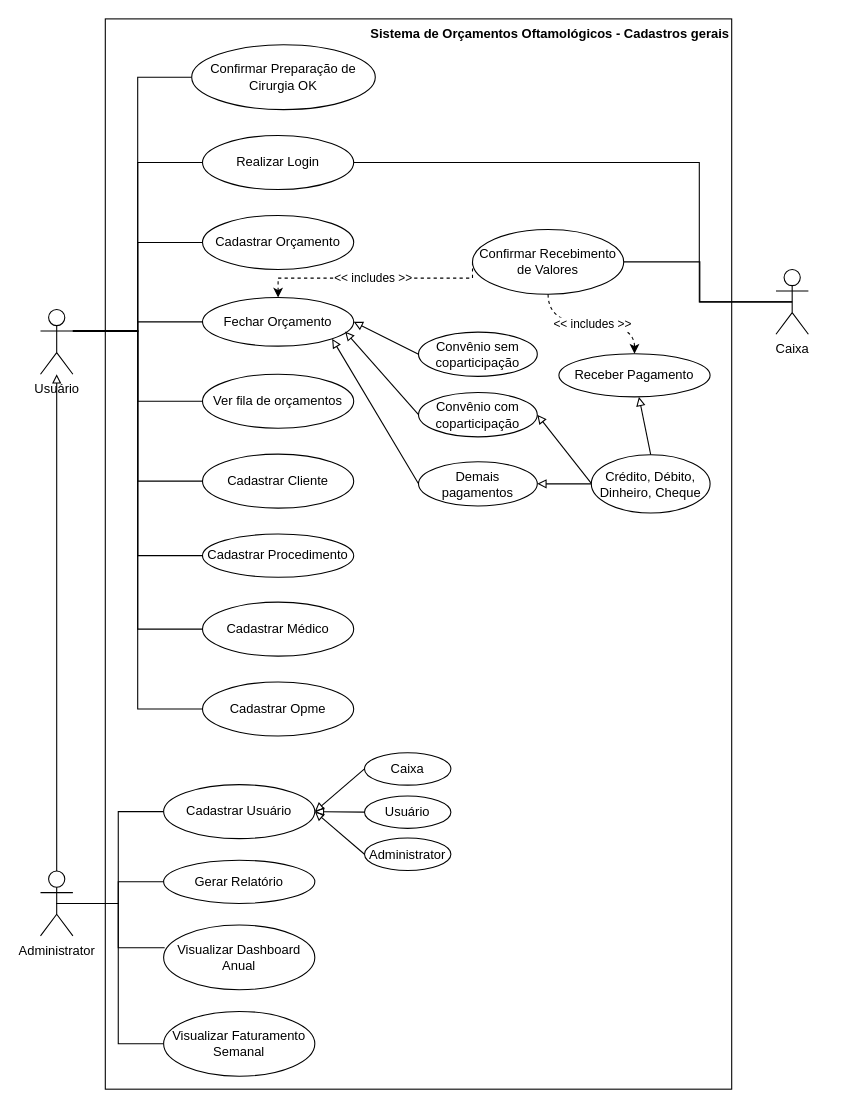
This is page "UML Use Cases 1" (2 of 3) of 0_docs/pic2-diagramas.drawio from marcosmorais5/cruzeiro-pit-ii, a draw.io file, before an edit. Source tidied: cells renumbered, new cells numbered last; positions are measured from the earlier drawing's top-left corner, leaving out a move shared by most shapes. Both pictures are drawn from the tidied source at 108%, with x=0, y=0 at pixel (40, 18).
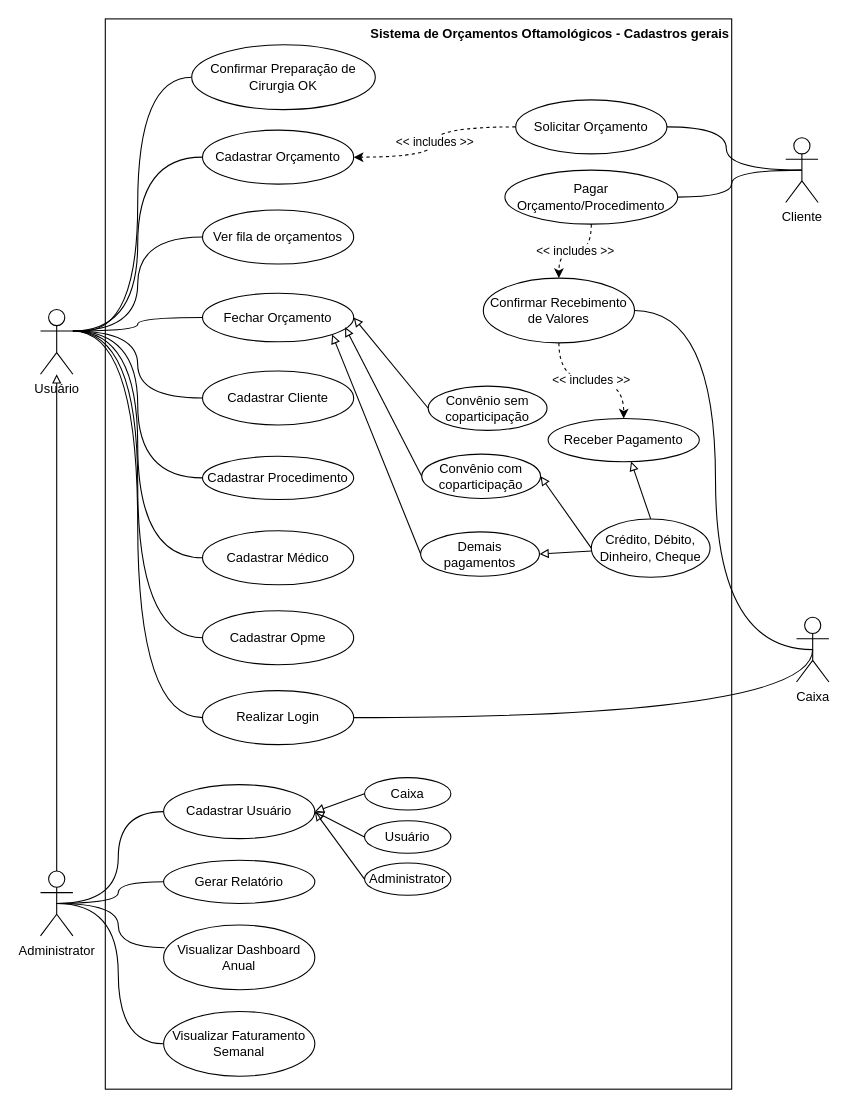
The same diagram, later.

Commit message (it also covers changes not shown here):
Altearções no processo de orçamento.

The change refers to these unchanged cells:
```xml
<mxCell id="11" value="Usuário" style="shape=umlActor;verticalLabelPosition=bottom;verticalAlign=top;html=1;" parent="1" vertex="1">
  <mxGeometry y="269" width="30" height="60" as="geometry" />
</mxCell>
<mxCell id="25" value="Administrator" style="shape=umlActor;verticalLabelPosition=bottom;verticalAlign=top;html=1;" parent="1" vertex="1">
  <mxGeometry y="789" width="30" height="60" as="geometry" />
</mxCell>
<mxCell id="26" value="Gerar Relatório" style="ellipse;whiteSpace=wrap;html=1;" parent="1" vertex="1">
  <mxGeometry x="114" y="779" width="140" height="40" as="geometry" />
</mxCell>
<mxCell id="27" value="Visualizar Dashboard Anual" style="ellipse;whiteSpace=wrap;html=1;" parent="1" vertex="1">
  <mxGeometry x="114" y="839" width="140" height="60" as="geometry" />
</mxCell>
<mxCell id="28" value="Confirmar Preparação de Cirurgia OK" style="ellipse;whiteSpace=wrap;html=1;" parent="1" vertex="1">
  <mxGeometry x="140" y="24" width="170" height="60" as="geometry" />
</mxCell>
<mxCell id="29" value="Visualizar Faturamento Semanal" style="ellipse;whiteSpace=wrap;html=1;" parent="1" vertex="1">
  <mxGeometry x="114" y="919" width="140" height="60" as="geometry" />
</mxCell>
<mxCell id="36" value="Cadastrar Usuário" style="ellipse;whiteSpace=wrap;html=1;" parent="1" vertex="1">
  <mxGeometry x="114" y="709" width="140" height="50" as="geometry" />
</mxCell>
```

Change to the diagram source:
```diff
@@
-    <mxCell id="3" style="edgeStyle=orthogonalEdgeStyle;rounded=0;jettySize=auto;html=1;exitX=1;exitY=0.3333333333333333;exitDx=0;exitDy=0;exitPerimeter=0;entryX=0;entryY=0.5;entryDx=0;entryDy=0;endArrow=none;endFill=0;" parent="1" edge="1" source="11" target="13">
+    <mxCell id="3" style="edgeStyle=orthogonalEdgeStyle;rounded=0;jettySize=auto;html=1;exitX=1;exitY=0.3333333333333333;exitDx=0;exitDy=0;exitPerimeter=0;entryX=0;entryY=0.5;entryDx=0;entryDy=0;endArrow=none;endFill=0;curved=1;" parent="1" edge="1" source="11" target="13">
       <mxGeometry relative="1" as="geometry" />
     </mxCell>
-    <mxCell id="4" style="edgeStyle=orthogonalEdgeStyle;rounded=0;jettySize=auto;html=1;exitX=1;exitY=0.3333333333333333;exitDx=0;exitDy=0;exitPerimeter=0;entryX=0;entryY=0.5;entryDx=0;entryDy=0;endArrow=none;endFill=0;" parent="1" edge="1" source="11" target="14">
+    <mxCell id="4" style="edgeStyle=orthogonalEdgeStyle;rounded=0;jettySize=auto;html=1;exitX=1;exitY=0.3333333333333333;exitDx=0;exitDy=0;exitPerimeter=0;entryX=0;entryY=0.5;entryDx=0;entryDy=0;endArrow=none;endFill=0;curved=1;" parent="1" edge="1" source="11" target="14">
       <mxGeometry relative="1" as="geometry" />
     </mxCell>
-    <mxCell id="5" style="edgeStyle=orthogonalEdgeStyle;rounded=0;jettySize=auto;html=1;exitX=1;exitY=0.3333333333333333;exitDx=0;exitDy=0;exitPerimeter=0;entryX=0;entryY=0.5;entryDx=0;entryDy=0;endArrow=none;endFill=0;" parent="1" edge="1" source="11" target="15">
+    <mxCell id="5" style="edgeStyle=orthogonalEdgeStyle;rounded=0;jettySize=auto;html=1;exitX=1;exitY=0.3333333333333333;exitDx=0;exitDy=0;exitPerimeter=0;entryX=0;entryY=0.5;entryDx=0;entryDy=0;endArrow=none;endFill=0;curved=1;" parent="1" edge="1" source="11" target="15">
       <mxGeometry relative="1" as="geometry" />
     </mxCell>
-    <mxCell id="6" style="edgeStyle=orthogonalEdgeStyle;rounded=0;jettySize=auto;html=1;exitX=1;exitY=0.3333333333333333;exitDx=0;exitDy=0;exitPerimeter=0;entryX=0;entryY=0.5;entryDx=0;entryDy=0;endArrow=none;endFill=0;" parent="1" edge="1" source="11" target="16">
+    <mxCell id="6" style="edgeStyle=orthogonalEdgeStyle;rounded=0;jettySize=auto;html=1;exitX=1;exitY=0.3333333333333333;exitDx=0;exitDy=0;exitPerimeter=0;entryX=0;entryY=0.5;entryDx=0;entryDy=0;endArrow=none;endFill=0;curved=1;" parent="1" edge="1" source="11" target="16">
       <mxGeometry relative="1" as="geometry" />
     </mxCell>
-    <mxCell id="7" style="edgeStyle=orthogonalEdgeStyle;rounded=0;jettySize=auto;html=1;exitX=1;exitY=0.3333333333333333;exitDx=0;exitDy=0;exitPerimeter=0;entryX=0;entryY=0.5;entryDx=0;entryDy=0;endArrow=none;endFill=0;" parent="1" edge="1" source="11" target="17">
+    <mxCell id="7" style="edgeStyle=orthogonalEdgeStyle;rounded=0;jettySize=auto;html=1;exitX=1;exitY=0.3333333333333333;exitDx=0;exitDy=0;exitPerimeter=0;entryX=0;entryY=0.5;entryDx=0;entryDy=0;endArrow=none;endFill=0;curved=1;" parent="1" edge="1" source="11" target="17">
       <mxGeometry relative="1" as="geometry" />
     </mxCell>
-    <mxCell id="8" style="edgeStyle=orthogonalEdgeStyle;rounded=0;jettySize=auto;html=1;exitX=1;exitY=0.3333333333333333;exitDx=0;exitDy=0;exitPerimeter=0;entryX=0;entryY=0.5;entryDx=0;entryDy=0;endArrow=none;endFill=0;" parent="1" edge="1" source="11" target="18">
+    <mxCell id="8" style="edgeStyle=orthogonalEdgeStyle;rounded=0;jettySize=auto;html=1;exitX=1;exitY=0.3333333333333333;exitDx=0;exitDy=0;exitPerimeter=0;entryX=0;entryY=0.5;entryDx=0;entryDy=0;endArrow=none;endFill=0;curved=1;" parent="1" edge="1" source="11" target="18">
       <mxGeometry relative="1" as="geometry" />
     </mxCell>
-    <mxCell id="9" style="edgeStyle=orthogonalEdgeStyle;rounded=0;jettySize=auto;html=1;exitX=1;exitY=0.3333333333333333;exitDx=0;exitDy=0;exitPerimeter=0;entryX=0;entryY=0.5;entryDx=0;entryDy=0;endArrow=none;endFill=0;" parent="1" edge="1" source="11" target="20">
+    <mxCell id="9" style="edgeStyle=orthogonalEdgeStyle;rounded=0;jettySize=auto;html=1;exitX=1;exitY=0.3333333333333333;exitDx=0;exitDy=0;exitPerimeter=0;entryX=0;entryY=0.5;entryDx=0;entryDy=0;endArrow=none;endFill=0;curved=1;" parent="1" edge="1" source="11" target="20">
       <mxGeometry relative="1" as="geometry" />
     </mxCell>
-    <mxCell id="10" style="edgeStyle=orthogonalEdgeStyle;rounded=0;jettySize=auto;html=1;exitX=1;exitY=0.3333333333333333;exitDx=0;exitDy=0;exitPerimeter=0;entryX=0;entryY=0.5;entryDx=0;entryDy=0;endArrow=none;endFill=0;" parent="1" edge="1" target="28">
+    <mxCell id="10" style="edgeStyle=orthogonalEdgeStyle;rounded=0;jettySize=auto;html=1;exitX=1;exitY=0.3333333333333333;exitDx=0;exitDy=0;exitPerimeter=0;entryX=0;entryY=0.5;entryDx=0;entryDy=0;endArrow=none;endFill=0;curved=1;" parent="1" edge="1" target="28">
       <mxGeometry relative="1" as="geometry">
         <mxPoint x="39" y="289" as="sourcePoint" />
       </mxGeometry>
     </mxCell>
@@
+    <mxCell id="55" style="edgeStyle=orthogonalEdgeStyle;rounded=0;jettySize=auto;html=1;exitX=1;exitY=0.5;exitDx=0;exitDy=0;entryX=0.5;entryY=0.5;entryDx=0;entryDy=0;entryPerimeter=0;curved=1;endArrow=none;endFill=0;" parent="1" edge="1" source="12" target="33">
+      <mxGeometry relative="1" as="geometry" />
+    </mxCell>
     <mxCell id="12" value="Realizar Login" style="ellipse;whiteSpace=wrap;html=1;" parent="1" vertex="1">
-      <mxGeometry x="150" y="108" width="140" height="50" as="geometry" />
+      <mxGeometry x="150" y="622" width="140" height="50" as="geometry" />
     </mxCell>
     <mxCell id="13" value="Cadastrar Orçamento" style="ellipse;whiteSpace=wrap;html=1;" parent="1" vertex="1">
-      <mxGeometry x="150" y="182" width="140" height="50" as="geometry" />
+      <mxGeometry x="150" y="103" width="140" height="50" as="geometry" />
     </mxCell>
     <mxCell id="14" value="Ver fila de orçamentos" style="ellipse;whiteSpace=wrap;html=1;" parent="1" vertex="1">
-      <mxGeometry x="150" y="329" width="140" height="50" as="geometry" />
+      <mxGeometry x="150" y="177" width="140" height="50" as="geometry" />
     </mxCell>
     <mxCell id="15" value="Cadastrar Cliente" style="ellipse;whiteSpace=wrap;html=1;" parent="1" vertex="1">
-      <mxGeometry x="150" y="403" width="140" height="50" as="geometry" />
+      <mxGeometry x="150" y="326" width="140" height="50" as="geometry" />
     </mxCell>
     <mxCell id="16" value="Cadastrar Procedimento" style="ellipse;whiteSpace=wrap;html=1;" parent="1" vertex="1">
-      <mxGeometry x="150" y="477" width="140" height="40" as="geometry" />
+      <mxGeometry x="150" y="405" width="140" height="40" as="geometry" />
     </mxCell>
     <mxCell id="17" value="Cadastrar Médico" style="ellipse;whiteSpace=wrap;html=1;" parent="1" vertex="1">
-      <mxGeometry x="150" y="540" width="140" height="50" as="geometry" />
+      <mxGeometry x="150" y="474" width="140" height="50" as="geometry" />
     </mxCell>
     <mxCell id="18" value="Cadastrar Opme" style="ellipse;whiteSpace=wrap;html=1;" parent="1" vertex="1">
-      <mxGeometry x="150" y="614" width="140" height="50" as="geometry" />
+      <mxGeometry x="150" y="548" width="140" height="50" as="geometry" />
     </mxCell>
-    <mxCell id="19" style="edgeStyle=orthogonalEdgeStyle;rounded=0;jettySize=auto;html=1;entryX=0;entryY=0.5;entryDx=0;entryDy=0;strokeColor=default;exitX=1;exitY=0.3333333333333333;exitDx=0;exitDy=0;exitPerimeter=0;endArrow=none;endFill=0;" parent="1" edge="1" source="11" target="12">
+    <mxCell id="19" style="edgeStyle=orthogonalEdgeStyle;rounded=0;jettySize=auto;html=1;entryX=0;entryY=0.5;entryDx=0;entryDy=0;strokeColor=default;exitX=1;exitY=0.3333333333333333;exitDx=0;exitDy=0;exitPerimeter=0;endArrow=none;endFill=0;curved=1;" parent="1" edge="1" source="11" target="12">
       <mxGeometry relative="1" as="geometry" />
     </mxCell>
     <mxCell id="20" value="Fechar Orçamento" style="ellipse;whiteSpace=wrap;html=1;" parent="1" vertex="1">
-      <mxGeometry x="150" y="258" width="140" height="45" as="geometry" />
+      <mxGeometry x="150" y="254" width="140" height="45" as="geometry" />
     </mxCell>
-    <mxCell id="21" style="edgeStyle=orthogonalEdgeStyle;rounded=0;jettySize=auto;html=1;exitX=0.5;exitY=0.5;exitDx=0;exitDy=0;exitPerimeter=0;entryX=0;entryY=0.5;entryDx=0;entryDy=0;endArrow=none;endFill=0;" parent="1" edge="1" source="25" target="26">
+    <mxCell id="21" style="edgeStyle=orthogonalEdgeStyle;rounded=0;jettySize=auto;html=1;exitX=0.5;exitY=0.5;exitDx=0;exitDy=0;exitPerimeter=0;entryX=0;entryY=0.5;entryDx=0;entryDy=0;endArrow=none;endFill=0;curved=1;" parent="1" edge="1" source="25" target="26">
       <mxGeometry relative="1" as="geometry" />
     </mxCell>
-    <mxCell id="22" style="edgeStyle=orthogonalEdgeStyle;rounded=0;jettySize=auto;html=1;exitX=0.5;exitY=0.5;exitDx=0;exitDy=0;exitPerimeter=0;entryX=0;entryY=0.5;entryDx=0;entryDy=0;endArrow=none;endFill=0;" parent="1" edge="1" source="25" target="29">
+    <mxCell id="22" style="edgeStyle=orthogonalEdgeStyle;rounded=0;jettySize=auto;html=1;exitX=0.5;exitY=0.5;exitDx=0;exitDy=0;exitPerimeter=0;entryX=0;entryY=0.5;entryDx=0;entryDy=0;endArrow=none;endFill=0;curved=1;" parent="1" edge="1" source="25" target="29">
       <mxGeometry relative="1" as="geometry" />
     </mxCell>
@@
-    <mxCell id="24" style="edgeStyle=orthogonalEdgeStyle;rounded=0;jettySize=auto;html=1;exitX=0.5;exitY=0.5;exitDx=0;exitDy=0;exitPerimeter=0;entryX=0;entryY=0.5;entryDx=0;entryDy=0;endArrow=none;endFill=0;" parent="1" edge="1" source="25" target="36">
+    <mxCell id="24" style="edgeStyle=orthogonalEdgeStyle;rounded=0;jettySize=auto;html=1;exitX=0.5;exitY=0.5;exitDx=0;exitDy=0;exitPerimeter=0;entryX=0;entryY=0.5;entryDx=0;entryDy=0;endArrow=none;endFill=0;curved=1;" parent="1" edge="1" source="25" target="36">
       <mxGeometry relative="1" as="geometry" />
     </mxCell>
@@
-    <mxCell id="30" style="edgeStyle=orthogonalEdgeStyle;rounded=0;jettySize=auto;html=1;exitX=0.5;exitY=0.5;exitDx=0;exitDy=0;exitPerimeter=0;entryX=0.007;entryY=0.35;entryDx=0;entryDy=0;entryPerimeter=0;endArrow=none;endFill=0;" parent="1" edge="1" source="25" target="27">
+    <mxCell id="30" style="edgeStyle=orthogonalEdgeStyle;rounded=0;jettySize=auto;html=1;exitX=0.5;exitY=0.5;exitDx=0;exitDy=0;exitPerimeter=0;entryX=0.007;entryY=0.35;entryDx=0;entryDy=0;entryPerimeter=0;endArrow=none;endFill=0;curved=1;" parent="1" edge="1" source="25" target="27">
       <mxGeometry relative="1" as="geometry" />
     </mxCell>
-    <mxCell id="31" style="edgeStyle=orthogonalEdgeStyle;rounded=0;jettySize=auto;html=1;exitX=0.5;exitY=0.5;exitDx=0;exitDy=0;exitPerimeter=0;endArrow=none;endFill=0;" parent="1" edge="1" source="33" target="35">
+    <mxCell id="31" style="edgeStyle=orthogonalEdgeStyle;rounded=0;jettySize=auto;html=1;exitX=0.5;exitY=0.5;exitDx=0;exitDy=0;exitPerimeter=0;endArrow=none;endFill=0;curved=1;entryX=1;entryY=0.5;entryDx=0;entryDy=0;" parent="1" edge="1" source="33" target="35">
       <mxGeometry relative="1" as="geometry" />
     </mxCell>
-    <mxCell id="32" style="edgeStyle=orthogonalEdgeStyle;rounded=0;jettySize=auto;html=1;exitX=0.5;exitY=0.5;exitDx=0;exitDy=0;exitPerimeter=0;entryX=1;entryY=0.5;entryDx=0;entryDy=0;endArrow=none;endFill=0;" parent="1" edge="1" source="33" target="12">
-      <mxGeometry relative="1" as="geometry">
-        <Array as="points">
-          <mxPoint x="610" y="262" />
-          <mxPoint x="610" y="133" />
-        </Array>
-      </mxGeometry>
-    </mxCell>
     <mxCell id="33" value="Caixa" style="shape=umlActor;verticalLabelPosition=bottom;verticalAlign=top;html=1;" parent="1" vertex="1">
-      <mxGeometry x="681" y="232" width="30" height="60" as="geometry" />
+      <mxGeometry x="700" y="554" width="30" height="60" as="geometry" />
     </mxCell>
-    <mxCell id="34" value="&amp;lt;&amp;lt; includes &amp;gt;&amp;gt;" style="edgeStyle=orthogonalEdgeStyle;rounded=0;jettySize=auto;html=1;exitX=0;exitY=0.5;exitDx=0;exitDy=0;entryX=0.5;entryY=0;entryDx=0;entryDy=0;dashed=1;" parent="1" edge="1" source="35" target="20">
-      <mxGeometry relative="1" as="geometry">
-        <Array as="points">
-          <mxPoint x="400" y="240" />
-          <mxPoint x="220" y="240" />
-        </Array>
-      </mxGeometry>
-    </mxCell>
     <mxCell id="35" value="Confirmar Recebimento de Valores" style="ellipse;whiteSpace=wrap;html=1;" parent="1" vertex="1">
-      <mxGeometry x="400" y="195" width="140" height="60" as="geometry" />
+      <mxGeometry x="410" y="240" width="140" height="60" as="geometry" />
     </mxCell>
@@
     <mxCell id="37" value="Caixa" style="ellipse;whiteSpace=wrap;html=1;" parent="1" vertex="1">
-      <mxGeometry x="300" y="679.5" width="80" height="30" as="geometry" />
+      <mxGeometry x="300" y="702.5" width="80" height="30" as="geometry" />
     </mxCell>
     <mxCell id="38" value="Usuário" style="ellipse;whiteSpace=wrap;html=1;" parent="1" vertex="1">
-      <mxGeometry x="300" y="719.5" width="80" height="30" as="geometry" />
+      <mxGeometry x="300" y="742.5" width="80" height="30" as="geometry" />
     </mxCell>
     <mxCell id="39" value="Administrator" style="ellipse;whiteSpace=wrap;html=1;" parent="1" vertex="1">
-      <mxGeometry x="300" y="758.5" width="80" height="30" as="geometry" />
+      <mxGeometry x="300" y="781.5" width="80" height="30" as="geometry" />
     </mxCell>
@@
     <mxCell id="43" value="Convênio sem coparticipação" style="ellipse;whiteSpace=wrap;html=1;" parent="1" vertex="1">
-      <mxGeometry x="350" y="290" width="110" height="41" as="geometry" />
+      <mxGeometry x="359" y="340" width="110" height="41" as="geometry" />
     </mxCell>
     <mxCell id="44" value="Crédito, Débito, Dinheiro, Cheque" style="ellipse;whiteSpace=wrap;html=1;" parent="1" vertex="1">
-      <mxGeometry x="510" y="403.5" width="110" height="54" as="geometry" />
+      <mxGeometry x="510" y="463" width="110" height="54" as="geometry" />
     </mxCell>
     <mxCell id="45" value="Convênio com coparticipação" style="ellipse;whiteSpace=wrap;html=1;" parent="1" vertex="1">
-      <mxGeometry x="350" y="346" width="110" height="41" as="geometry" />
+      <mxGeometry x="353" y="403" width="110" height="41" as="geometry" />
     </mxCell>
     <mxCell id="46" value="Demais pagamentos" style="ellipse;whiteSpace=wrap;html=1;" parent="1" vertex="1">
-      <mxGeometry x="350" y="410" width="110" height="41" as="geometry" />
+      <mxGeometry x="352" y="475" width="110" height="41" as="geometry" />
     </mxCell>
@@
     <mxCell id="51" value="Receber Pagamento" style="ellipse;whiteSpace=wrap;html=1;" parent="1" vertex="1">
-      <mxGeometry x="480" y="310" width="140" height="40" as="geometry" />
+      <mxGeometry x="470" y="370" width="140" height="40" as="geometry" />
     </mxCell>
-    <mxCell id="52" style="rounded=0;jettySize=auto;html=1;endArrow=block;endFill=0;entryX=1;entryY=0.5;entryDx=0;entryDy=0;" parent="1" edge="1" target="45">
-      <mxGeometry relative="1" as="geometry">
-        <mxPoint x="510" y="430" as="sourcePoint" />
-      </mxGeometry>
+    <mxCell id="52" style="rounded=0;jettySize=auto;html=1;endArrow=block;endFill=0;entryX=1;entryY=0.5;entryDx=0;entryDy=0;exitX=0;exitY=0.5;exitDx=0;exitDy=0;" parent="1" edge="1" source="44" target="45">
+      <mxGeometry relative="1" as="geometry" />
     </mxCell>
@@
+    <mxCell id="56" value="Cliente" style="shape=umlActor;verticalLabelPosition=bottom;verticalAlign=top;html=1;" parent="1" vertex="1">
+      <mxGeometry x="690" y="110" width="30" height="60" as="geometry" />
+    </mxCell>
+    <mxCell id="57" value="Solicitar Orçamento" style="ellipse;whiteSpace=wrap;html=1;" parent="1" vertex="1">
+      <mxGeometry x="440" y="75" width="140" height="50" as="geometry" />
+    </mxCell>
+    <mxCell id="58" value="&amp;lt;&amp;lt; includes &amp;gt;&amp;gt;" style="edgeStyle=orthogonalEdgeStyle;rounded=0;jettySize=auto;html=1;exitX=0;exitY=0.5;exitDx=0;exitDy=0;dashed=1;curved=1;" parent="1" edge="1" source="57" target="13">
+      <mxGeometry relative="1" as="geometry" />
+    </mxCell>
+    <mxCell id="59" style="edgeStyle=orthogonalEdgeStyle;rounded=0;jettySize=auto;html=1;exitX=1;exitY=0.5;exitDx=0;exitDy=0;entryX=0.5;entryY=0.5;entryDx=0;entryDy=0;endArrow=none;endFill=0;curved=1;entryPerimeter=0;" parent="1" edge="1" source="57" target="56">
+      <mxGeometry relative="1" as="geometry" />
+    </mxCell>
+    <mxCell id="60" value="Pagar Orçamento/Procedimento" style="ellipse;whiteSpace=wrap;html=1;" parent="1" vertex="1">
+      <mxGeometry x="430" y="140" width="160" height="50" as="geometry" />
+    </mxCell>
+    <mxCell id="61" style="edgeStyle=orthogonalEdgeStyle;rounded=0;jettySize=auto;html=1;exitX=1;exitY=0.5;exitDx=0;exitDy=0;endArrow=none;endFill=0;curved=1;entryX=0.5;entryY=0.5;entryDx=0;entryDy=0;entryPerimeter=0;" parent="1" edge="1" source="60" target="56">
+      <mxGeometry relative="1" as="geometry" />
+    </mxCell>
+    <mxCell id="62" value="&amp;lt;&amp;lt; includes &amp;gt;&amp;gt;" style="edgeStyle=orthogonalEdgeStyle;rounded=0;jettySize=auto;html=1;exitX=0.5;exitY=1;exitDx=0;exitDy=0;dashed=1;curved=1;" parent="1" edge="1" source="60" target="35">
+      <mxGeometry relative="1" as="geometry" />
+    </mxCell>
```
